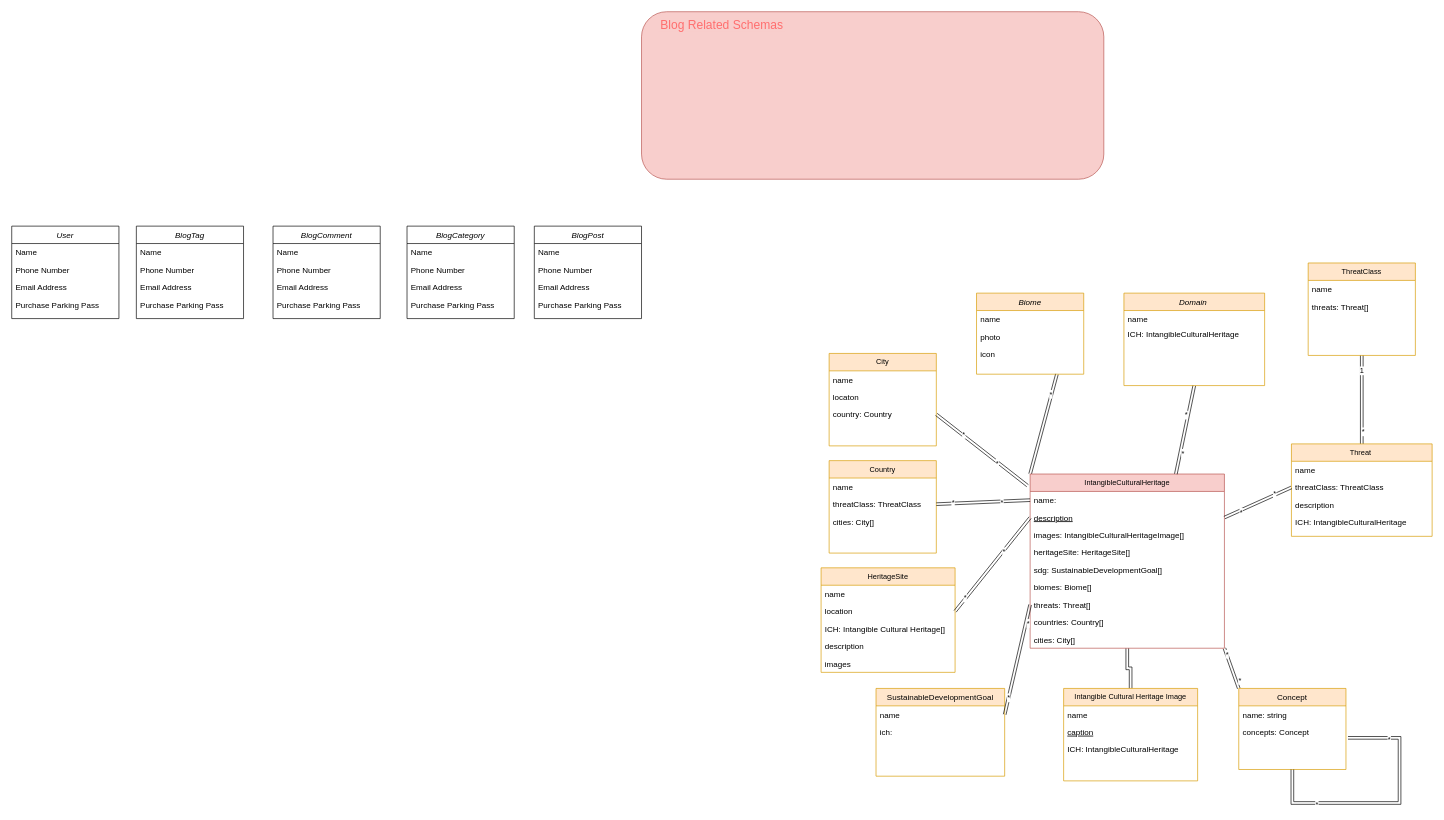
Earlier version of the draw.io diagram Untitled Diagram.drawio (etefaghian/work-unesco). Source tidied: cells renumbered, new cells numbered last; positions are measured from the earlier drawing's top-left corner, leaving out a move shared by most shapes. Both pictures are drawn from the tidied source at 67%, with x=0, y=0 at pixel (11, 11).
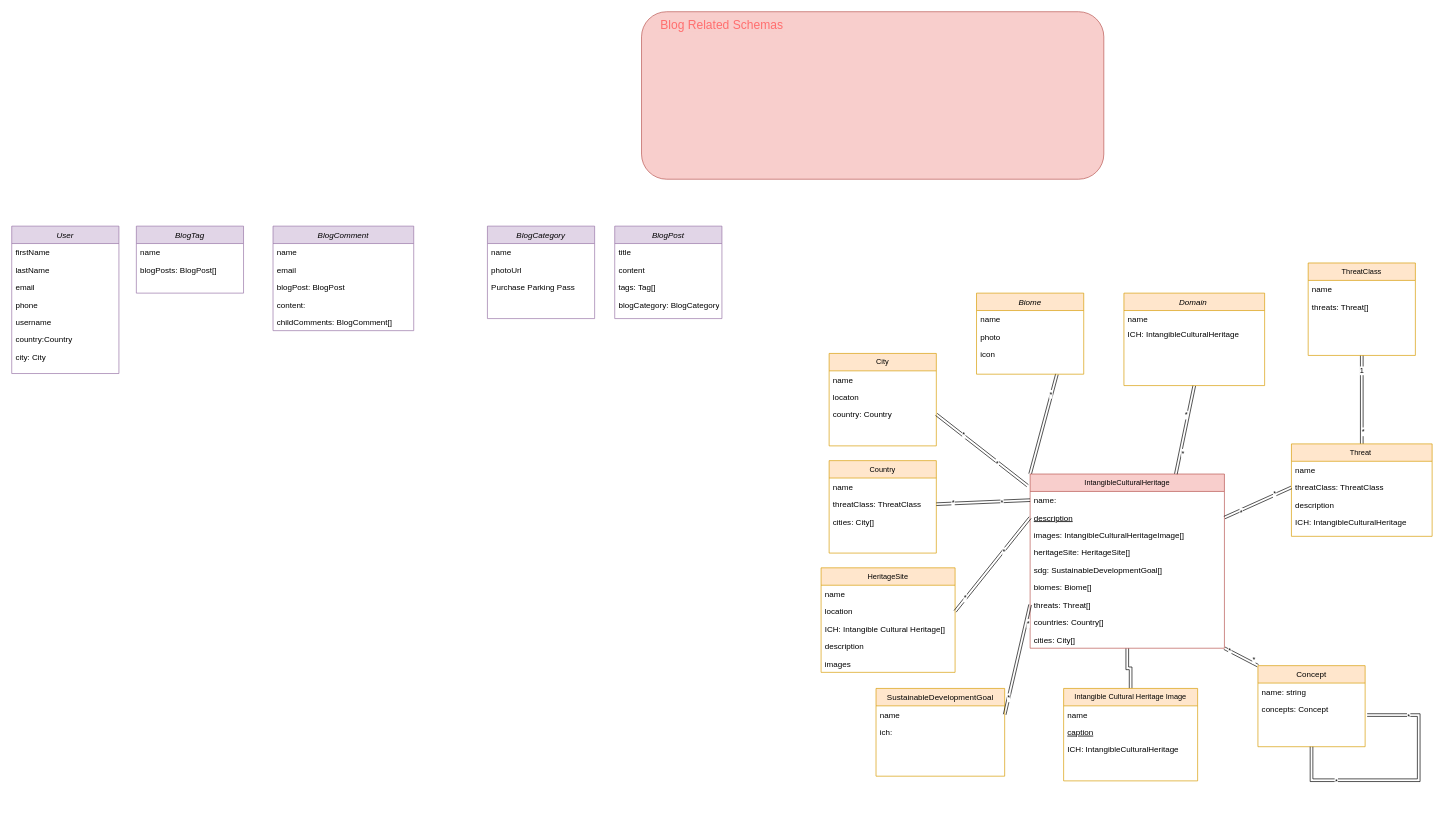
The same diagram, later.

The edit, as a diff of the source:
```diff
@@
     <mxCell id="22" value="Concept" style="swimlane;fontStyle=0;align=center;verticalAlign=top;horizontal=1;startSize=26;rounded=0;shadow=0;strokeWidth=1;fillColor=#ffe6cc;strokeColor=#d79b00;" parent="1" vertex="1">
-      <mxGeometry x="1831.4" y="1010" width="160" height="121" as="geometry" />
+      <mxGeometry x="1860" y="976" width="160" height="121" as="geometry" />
     </mxCell>
@@
-    <mxCell id="66" value="BlogPost" style="swimlane;fontStyle=2;align=center;verticalAlign=top;horizontal=1;startSize=26;rounded=0;shadow=0;strokeWidth=1;" parent="1" vertex="1">
-      <mxGeometry x="780" y="320" width="160" height="138" as="geometry" />
+    <mxCell id="66" value="BlogPost" style="swimlane;fontStyle=2;align=center;verticalAlign=top;horizontal=1;startSize=26;rounded=0;shadow=0;strokeWidth=1;fillColor=#e1d5e7;strokeColor=#9673a6;" parent="1" vertex="1">
+      <mxGeometry x="900" y="320" width="160" height="138" as="geometry" />
     </mxCell>
-    <mxCell id="67" value="Name" style="text;align=left;verticalAlign=top;spacingLeft=4;spacingRight=4;overflow=hidden;" parent="66" vertex="1">
+    <mxCell id="67" value="title" style="text;align=left;verticalAlign=top;spacingLeft=4;spacingRight=4;overflow=hidden;" parent="66" vertex="1">
       <mxGeometry y="26" width="160" height="26" as="geometry" />
     </mxCell>
-    <mxCell id="68" value="Phone Number" style="text;align=left;verticalAlign=top;spacingLeft=4;spacingRight=4;overflow=hidden;rounded=0;shadow=0;html=0;" parent="66" vertex="1">
+    <mxCell id="68" value="content" style="text;align=left;verticalAlign=top;spacingLeft=4;spacingRight=4;overflow=hidden;rounded=0;shadow=0;html=0;" parent="66" vertex="1">
       <mxGeometry y="52" width="160" height="26" as="geometry" />
     </mxCell>
-    <mxCell id="69" value="Email Address" style="text;align=left;verticalAlign=top;spacingLeft=4;spacingRight=4;overflow=hidden;rounded=0;shadow=0;html=0;" parent="66" vertex="1">
+    <mxCell id="69" value="tags: Tag[]" style="text;align=left;verticalAlign=top;spacingLeft=4;spacingRight=4;overflow=hidden;rounded=0;shadow=0;html=0;" parent="66" vertex="1">
       <mxGeometry y="78" width="160" height="26" as="geometry" />
     </mxCell>
-    <mxCell id="70" value="Purchase Parking Pass" style="text;align=left;verticalAlign=top;spacingLeft=4;spacingRight=4;overflow=hidden;" parent="66" vertex="1">
+    <mxCell id="70" value="blogCategory: BlogCategory" style="text;align=left;verticalAlign=top;spacingLeft=4;spacingRight=4;overflow=hidden;" parent="66" vertex="1">
       <mxGeometry y="104" width="160" height="26" as="geometry" />
     </mxCell>
-    <mxCell id="71" value="BlogCategory" style="swimlane;fontStyle=2;align=center;verticalAlign=top;horizontal=1;startSize=26;rounded=0;shadow=0;strokeWidth=1;" parent="1" vertex="1">
-      <mxGeometry x="590" y="320" width="160" height="138" as="geometry" />
+    <mxCell id="71" value="BlogCategory" style="swimlane;fontStyle=2;align=center;verticalAlign=top;horizontal=1;startSize=26;rounded=0;shadow=0;strokeWidth=1;fillColor=#e1d5e7;strokeColor=#9673a6;" parent="1" vertex="1">
+      <mxGeometry x="710" y="320" width="160" height="138" as="geometry" />
     </mxCell>
-    <mxCell id="72" value="Name" style="text;align=left;verticalAlign=top;spacingLeft=4;spacingRight=4;overflow=hidden;" parent="71" vertex="1">
+    <mxCell id="72" value="name" style="text;align=left;verticalAlign=top;spacingLeft=4;spacingRight=4;overflow=hidden;" parent="71" vertex="1">
       <mxGeometry y="26" width="160" height="26" as="geometry" />
     </mxCell>
-    <mxCell id="73" value="Phone Number" style="text;align=left;verticalAlign=top;spacingLeft=4;spacingRight=4;overflow=hidden;rounded=0;shadow=0;html=0;" parent="71" vertex="1">
+    <mxCell id="73" value="photoUrl" style="text;align=left;verticalAlign=top;spacingLeft=4;spacingRight=4;overflow=hidden;rounded=0;shadow=0;html=0;" parent="71" vertex="1">
       <mxGeometry y="52" width="160" height="26" as="geometry" />
     </mxCell>
-    <mxCell id="74" value="Email Address" style="text;align=left;verticalAlign=top;spacingLeft=4;spacingRight=4;overflow=hidden;rounded=0;shadow=0;html=0;" parent="71" vertex="1">
-      <mxGeometry y="78" width="160" height="26" as="geometry" />
-    </mxCell>
     <mxCell id="75" value="Purchase Parking Pass" style="text;align=left;verticalAlign=top;spacingLeft=4;spacingRight=4;overflow=hidden;" parent="71" vertex="1">
-      <mxGeometry y="104" width="160" height="26" as="geometry" />
+      <mxGeometry y="78" width="160" height="26" as="geometry" />
     </mxCell>
-    <mxCell id="76" value="BlogComment" style="swimlane;fontStyle=2;align=center;verticalAlign=top;horizontal=1;startSize=26;rounded=0;shadow=0;strokeWidth=1;" parent="1" vertex="1">
-      <mxGeometry x="390" y="320" width="160" height="138" as="geometry" />
+    <mxCell id="76" value="BlogComment" style="swimlane;fontStyle=2;align=center;verticalAlign=top;horizontal=1;startSize=26;rounded=0;shadow=0;strokeWidth=1;fillColor=#e1d5e7;strokeColor=#9673a6;" parent="1" vertex="1">
+      <mxGeometry x="390" y="320" width="210" height="156" as="geometry" />
     </mxCell>
-    <mxCell id="77" value="Name" style="text;align=left;verticalAlign=top;spacingLeft=4;spacingRight=4;overflow=hidden;" parent="76" vertex="1">
-      <mxGeometry y="26" width="160" height="26" as="geometry" />
+    <mxCell id="77" value="name" style="text;align=left;verticalAlign=top;spacingLeft=4;spacingRight=4;overflow=hidden;" parent="76" vertex="1">
+      <mxGeometry y="26" width="210" height="26" as="geometry" />
     </mxCell>
-    <mxCell id="78" value="Phone Number" style="text;align=left;verticalAlign=top;spacingLeft=4;spacingRight=4;overflow=hidden;rounded=0;shadow=0;html=0;" parent="76" vertex="1">
-      <mxGeometry y="52" width="160" height="26" as="geometry" />
+    <mxCell id="78" value="email" style="text;align=left;verticalAlign=top;spacingLeft=4;spacingRight=4;overflow=hidden;rounded=0;shadow=0;html=0;" parent="76" vertex="1">
+      <mxGeometry y="52" width="210" height="26" as="geometry" />
     </mxCell>
-    <mxCell id="79" value="Email Address" style="text;align=left;verticalAlign=top;spacingLeft=4;spacingRight=4;overflow=hidden;rounded=0;shadow=0;html=0;" parent="76" vertex="1">
-      <mxGeometry y="78" width="160" height="26" as="geometry" />
+    <mxCell id="79" value="blogPost: BlogPost" style="text;align=left;verticalAlign=top;spacingLeft=4;spacingRight=4;overflow=hidden;rounded=0;shadow=0;html=0;" parent="76" vertex="1">
+      <mxGeometry y="78" width="210" height="26" as="geometry" />
     </mxCell>
-    <mxCell id="80" value="Purchase Parking Pass" style="text;align=left;verticalAlign=top;spacingLeft=4;spacingRight=4;overflow=hidden;" parent="76" vertex="1">
-      <mxGeometry y="104" width="160" height="26" as="geometry" />
-    </mxCell>
+    <mxCell id="108" value="content:" style="text;align=left;verticalAlign=top;spacingLeft=4;spacingRight=4;overflow=hidden;rounded=0;shadow=0;html=0;" parent="76" vertex="1">
+      <mxGeometry y="104" width="210" height="26" as="geometry" />
+    </mxCell>
+    <mxCell id="109" value="childComments: BlogComment[]" style="text;align=left;verticalAlign=top;spacingLeft=4;spacingRight=4;overflow=hidden;rounded=0;shadow=0;html=0;" parent="76" vertex="1">
+      <mxGeometry y="130" width="210" height="26" as="geometry" />
+    </mxCell>
-    <mxCell id="81" value="BlogTag" style="swimlane;fontStyle=2;align=center;verticalAlign=top;horizontal=1;startSize=26;rounded=0;shadow=0;strokeWidth=1;" parent="1" vertex="1">
-      <mxGeometry x="186" y="320" width="160" height="138" as="geometry" />
+    <mxCell id="81" value="BlogTag" style="swimlane;fontStyle=2;align=center;verticalAlign=top;horizontal=1;startSize=26;rounded=0;shadow=0;strokeWidth=1;fillColor=#e1d5e7;strokeColor=#9673a6;" parent="1" vertex="1">
+      <mxGeometry x="186" y="320" width="160" height="100" as="geometry" />
     </mxCell>
-    <mxCell id="82" value="Name" style="text;align=left;verticalAlign=top;spacingLeft=4;spacingRight=4;overflow=hidden;" parent="81" vertex="1">
+    <mxCell id="82" value="name" style="text;align=left;verticalAlign=top;spacingLeft=4;spacingRight=4;overflow=hidden;" parent="81" vertex="1">
       <mxGeometry y="26" width="160" height="26" as="geometry" />
     </mxCell>
-    <mxCell id="83" value="Phone Number" style="text;align=left;verticalAlign=top;spacingLeft=4;spacingRight=4;overflow=hidden;rounded=0;shadow=0;html=0;" parent="81" vertex="1">
+    <mxCell id="83" value="blogPosts: BlogPost[]" style="text;align=left;verticalAlign=top;spacingLeft=4;spacingRight=4;overflow=hidden;rounded=0;shadow=0;html=0;" parent="81" vertex="1">
       <mxGeometry y="52" width="160" height="26" as="geometry" />
     </mxCell>
-    <mxCell id="84" value="Email Address" style="text;align=left;verticalAlign=top;spacingLeft=4;spacingRight=4;overflow=hidden;rounded=0;shadow=0;html=0;" parent="81" vertex="1">
-      <mxGeometry y="78" width="160" height="26" as="geometry" />
-    </mxCell>
-    <mxCell id="85" value="Purchase Parking Pass" style="text;align=left;verticalAlign=top;spacingLeft=4;spacingRight=4;overflow=hidden;" parent="81" vertex="1">
-      <mxGeometry y="104" width="160" height="26" as="geometry" />
-    </mxCell>
-    <mxCell id="86" value="User" style="swimlane;fontStyle=2;align=center;verticalAlign=top;horizontal=1;startSize=26;rounded=0;shadow=0;strokeWidth=1;" parent="1" vertex="1">
-      <mxGeometry y="320" width="160" height="138" as="geometry" />
+    <mxCell id="86" value="User" style="swimlane;fontStyle=2;align=center;verticalAlign=top;horizontal=1;startSize=26;rounded=0;shadow=0;strokeWidth=1;fillColor=#e1d5e7;strokeColor=#9673a6;" parent="1" vertex="1">
+      <mxGeometry y="320" width="160" height="220" as="geometry" />
     </mxCell>
-    <mxCell id="87" value="Name" style="text;align=left;verticalAlign=top;spacingLeft=4;spacingRight=4;overflow=hidden;" parent="86" vertex="1">
+    <mxCell id="87" value="firstName" style="text;align=left;verticalAlign=top;spacingLeft=4;spacingRight=4;overflow=hidden;" parent="86" vertex="1">
       <mxGeometry y="26" width="160" height="26" as="geometry" />
     </mxCell>
-    <mxCell id="88" value="Phone Number" style="text;align=left;verticalAlign=top;spacingLeft=4;spacingRight=4;overflow=hidden;rounded=0;shadow=0;html=0;" parent="86" vertex="1">
+    <mxCell id="88" value="lastName" style="text;align=left;verticalAlign=top;spacingLeft=4;spacingRight=4;overflow=hidden;rounded=0;shadow=0;html=0;" parent="86" vertex="1">
       <mxGeometry y="52" width="160" height="26" as="geometry" />
     </mxCell>
-    <mxCell id="89" value="Email Address" style="text;align=left;verticalAlign=top;spacingLeft=4;spacingRight=4;overflow=hidden;rounded=0;shadow=0;html=0;" parent="86" vertex="1">
+    <mxCell id="89" value="email" style="text;align=left;verticalAlign=top;spacingLeft=4;spacingRight=4;overflow=hidden;rounded=0;shadow=0;html=0;" parent="86" vertex="1">
       <mxGeometry y="78" width="160" height="26" as="geometry" />
     </mxCell>
-    <mxCell id="90" value="Purchase Parking Pass" style="text;align=left;verticalAlign=top;spacingLeft=4;spacingRight=4;overflow=hidden;" parent="86" vertex="1">
-      <mxGeometry y="104" width="160" height="26" as="geometry" />
-    </mxCell>
+    <mxCell id="110" value="phone" style="text;align=left;verticalAlign=top;spacingLeft=4;spacingRight=4;overflow=hidden;rounded=0;shadow=0;html=0;" parent="86" vertex="1">
+      <mxGeometry y="104" width="160" height="26" as="geometry" />
+    </mxCell>
+    <mxCell id="111" value="username" style="text;align=left;verticalAlign=top;spacingLeft=4;spacingRight=4;overflow=hidden;rounded=0;shadow=0;html=0;" parent="86" vertex="1">
+      <mxGeometry y="130" width="160" height="26" as="geometry" />
+    </mxCell>
+    <mxCell id="112" value="country:Country" style="text;align=left;verticalAlign=top;spacingLeft=4;spacingRight=4;overflow=hidden;rounded=0;shadow=0;html=0;" parent="86" vertex="1">
+      <mxGeometry y="156" width="160" height="26" as="geometry" />
+    </mxCell>
+    <mxCell id="113" value="city: City" style="text;align=left;verticalAlign=top;spacingLeft=4;spacingRight=4;overflow=hidden;rounded=0;shadow=0;html=0;" parent="86" vertex="1">
+      <mxGeometry y="182" width="160" height="26" as="geometry" />
+    </mxCell>
```
